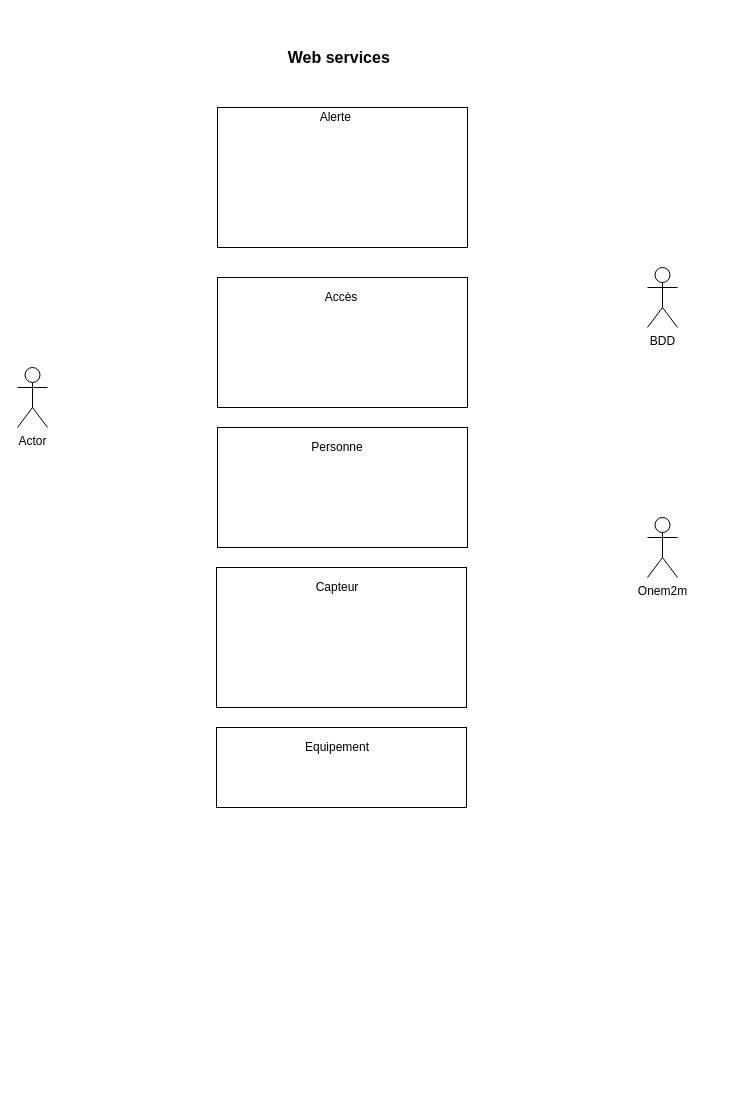
Above: Diagramme_Cas_Utilisation.drawio in LENSAlex/ProjetIotia (draw.io), before the change. Source tidied: cells renumbered, new cells numbered last; positions are measured from the earlier drawing's top-left corner, leaving out a move shared by most shapes. Both pictures are drawn from the tidied source at 100%, with x=0, y=0 at pixel (17, 47).
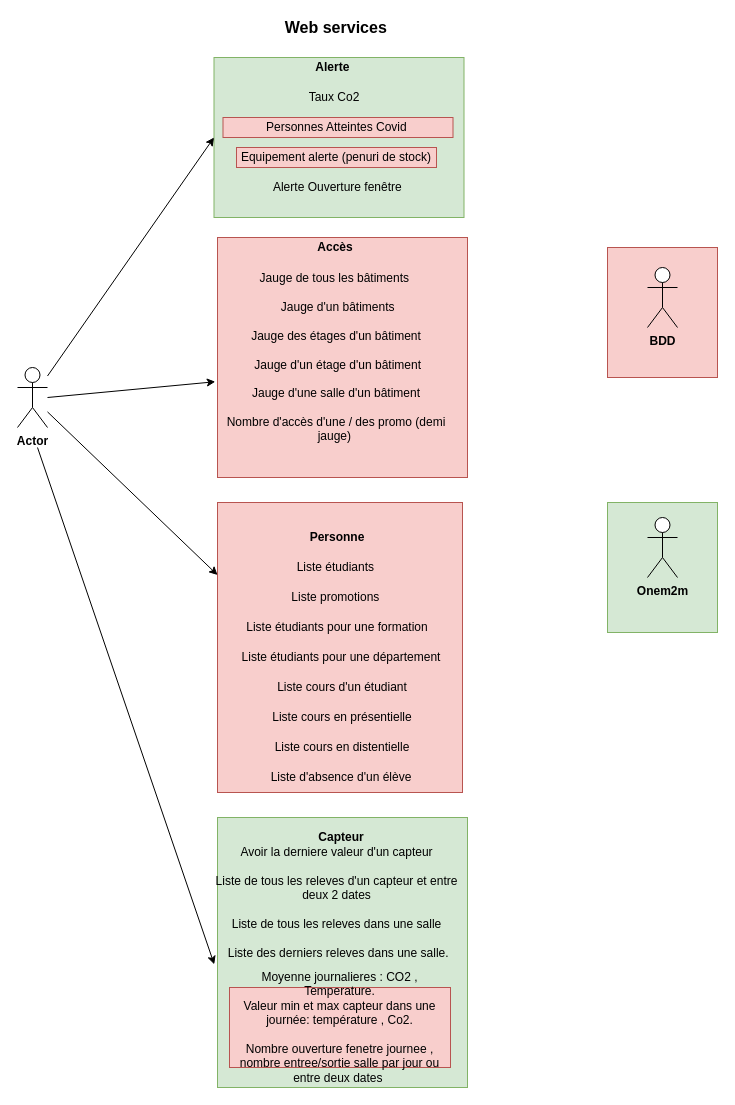
The same page after the edit.

Change to the diagram source:
```diff
@@
+    <mxCell id="16" style="rounded=0;whiteSpace=wrap;html=1;fillColor=#d5e8d4;strokeColor=#82b366;" parent="1" vertex="1">
+      <mxGeometry x="590" y="455" width="110" height="130" as="geometry" />
+    </mxCell>
+    <mxCell id="17" style="rounded=0;whiteSpace=wrap;html=1;fillColor=#f8cecc;strokeColor=#b85450;" parent="1" vertex="1">
+      <mxGeometry x="590" y="200" width="110" height="130" as="geometry" />
+    </mxCell>
-    <mxCell id="2" value="Actor" style="shape=umlActor;verticalLabelPosition=bottom;verticalAlign=top;html=1;outlineConnect=0;" parent="1" vertex="1">
+    <mxCell id="2" value="&lt;b&gt;Actor&lt;/b&gt;" style="shape=umlActor;verticalLabelPosition=bottom;verticalAlign=top;html=1;outlineConnect=0;" parent="1" vertex="1">
       <mxGeometry y="320" width="30" height="60" as="geometry" />
     </mxCell>
-    <mxCell id="3" style="rounded=0;whiteSpace=wrap;html=1;" parent="1" vertex="1">
-      <mxGeometry x="200" y="60" width="250" height="140" as="geometry" />
+    <mxCell id="3" style="rounded=0;whiteSpace=wrap;html=1;fillColor=#d5e8d4;strokeColor=#82b366;" parent="1" vertex="1">
+      <mxGeometry x="196.5" y="10" width="250" height="160" as="geometry" />
     </mxCell>
-    <mxCell id="4" value="Alerte&amp;nbsp;" style="text;html=1;strokeColor=none;fillColor=none;align=center;verticalAlign=middle;whiteSpace=wrap;rounded=0;" parent="1" vertex="1">
-      <mxGeometry x="300" y="60" width="40" height="20" as="geometry" />
+    <mxCell id="4" value="&lt;b&gt;Alerte&amp;nbsp;&lt;/b&gt;" style="text;html=1;strokeColor=none;fillColor=none;align=center;verticalAlign=middle;whiteSpace=wrap;rounded=0;" parent="1" vertex="1">
+      <mxGeometry x="296.5" y="10" width="40" height="20" as="geometry" />
     </mxCell>
-    <mxCell id="5" style="rounded=0;whiteSpace=wrap;html=1;" parent="1" vertex="1">
-      <mxGeometry x="200" y="230" width="250" height="130" as="geometry" />
+    <mxCell id="5" style="rounded=0;whiteSpace=wrap;html=1;fillColor=#f8cecc;strokeColor=#b85450;" parent="1" vertex="1">
+      <mxGeometry x="200" y="190" width="250" height="240" as="geometry" />
     </mxCell>
-    <mxCell id="6" value="Accès" style="text;html=1;strokeColor=none;fillColor=none;align=center;verticalAlign=middle;whiteSpace=wrap;rounded=0;" parent="1" vertex="1">
-      <mxGeometry x="304" y="240" width="40" height="20" as="geometry" />
+    <mxCell id="6" value="&lt;b&gt;Accès&lt;/b&gt;" style="text;html=1;strokeColor=none;fillColor=none;align=center;verticalAlign=middle;whiteSpace=wrap;rounded=0;" parent="1" vertex="1">
+      <mxGeometry x="297.5" y="190" width="40" height="20" as="geometry" />
     </mxCell>
-    <mxCell id="7" style="rounded=0;whiteSpace=wrap;html=1;" parent="1" vertex="1">
-      <mxGeometry x="200" y="380" width="250" height="120" as="geometry" />
+    <mxCell id="7" style="rounded=0;whiteSpace=wrap;html=1;fillColor=#f8cecc;strokeColor=#b85450;" parent="1" vertex="1">
+      <mxGeometry x="200" y="455" width="245" height="290" as="geometry" />
     </mxCell>
-    <mxCell id="8" value="Personne" style="text;html=1;strokeColor=none;fillColor=none;align=center;verticalAlign=middle;whiteSpace=wrap;rounded=0;" parent="1" vertex="1">
-      <mxGeometry x="300" y="390" width="40" height="20" as="geometry" />
+    <mxCell id="8" value="&lt;b&gt;Personne&lt;/b&gt;" style="text;html=1;strokeColor=none;fillColor=none;align=center;verticalAlign=middle;whiteSpace=wrap;rounded=0;" parent="1" vertex="1">
+      <mxGeometry x="300" y="480" width="40" height="20" as="geometry" />
     </mxCell>
     <mxCell id="9" value="&lt;font style=&quot;font-size: 16px&quot;&gt;&lt;b&gt;Web services&amp;nbsp;&lt;/b&gt;&lt;/font&gt;" style="text;html=1;strokeColor=none;fillColor=none;align=center;verticalAlign=middle;whiteSpace=wrap;rounded=0;" parent="1" vertex="1">
-      <mxGeometry x="259" width="130" height="20" as="geometry" />
+      <mxGeometry x="255.5" y="-30" width="130" height="20" as="geometry" />
     </mxCell>
-    <mxCell id="10" value="BDD" style="shape=umlActor;verticalLabelPosition=bottom;verticalAlign=top;html=1;" parent="1" vertex="1">
+    <mxCell id="10" value="&lt;b&gt;BDD&lt;/b&gt;" style="shape=umlActor;verticalLabelPosition=bottom;verticalAlign=top;html=1;" parent="1" vertex="1">
       <mxGeometry x="630" y="220" width="30" height="60" as="geometry" />
     </mxCell>
-    <mxCell id="11" value="Onem2m&lt;br&gt;" style="shape=umlActor;verticalLabelPosition=bottom;verticalAlign=top;html=1;" parent="1" vertex="1">
+    <mxCell id="11" value="&lt;b&gt;Onem2m&lt;/b&gt;" style="shape=umlActor;verticalLabelPosition=bottom;verticalAlign=top;html=1;" parent="1" vertex="1">
       <mxGeometry x="630" y="470" width="30" height="60" as="geometry" />
     </mxCell>
-    <mxCell id="12" style="rounded=0;whiteSpace=wrap;html=1;" parent="1" vertex="1">
-      <mxGeometry x="199" y="520" width="250" height="140" as="geometry" />
+    <mxCell id="12" style="rounded=0;whiteSpace=wrap;html=1;fillColor=#d5e8d4;strokeColor=#82b366;" parent="1" vertex="1">
+      <mxGeometry x="200" y="770" width="250" height="270" as="geometry" />
     </mxCell>
-    <mxCell id="13" value="Capteur&lt;br&gt;" style="text;html=1;strokeColor=none;fillColor=none;align=center;verticalAlign=middle;whiteSpace=wrap;rounded=0;" parent="1" vertex="1">
-      <mxGeometry x="300" y="530" width="40" height="20" as="geometry" />
+    <mxCell id="13" value="&lt;b&gt;Capteur&lt;/b&gt;" style="text;html=1;strokeColor=none;fillColor=none;align=center;verticalAlign=middle;whiteSpace=wrap;rounded=0;" parent="1" vertex="1">
+      <mxGeometry x="304" y="780" width="40" height="20" as="geometry" />
     </mxCell>
-    <mxCell id="14" style="rounded=0;whiteSpace=wrap;html=1;" parent="1" vertex="1">
-      <mxGeometry x="199" y="680" width="250" height="80" as="geometry" />
-    </mxCell>
-    <mxCell id="15" value="Equipement" style="text;html=1;strokeColor=none;fillColor=none;align=center;verticalAlign=middle;whiteSpace=wrap;rounded=0;" parent="1" vertex="1">
-      <mxGeometry x="300" y="690" width="40" height="20" as="geometry" />
-    </mxCell>
+    <mxCell id="18" value="Personnes Atteintes Covid&amp;nbsp;" style="text;html=1;strokeColor=#b85450;fillColor=#f8cecc;align=center;verticalAlign=middle;whiteSpace=wrap;rounded=0;" parent="1" vertex="1">
+      <mxGeometry x="205.5" y="70" width="230" height="20" as="geometry" />
+    </mxCell>
+    <mxCell id="19" value="Avoir la derniere valeur d'un capteur&lt;br&gt;&lt;br&gt;Liste de tous les releves d'un capteur et entre deux 2 dates &lt;br&gt;&lt;br&gt;Liste de tous les releves dans une salle&lt;br&gt;&lt;br&gt;&amp;nbsp;Liste des derniers releves dans une salle.&lt;br&gt;" style="text;html=1;strokeColor=none;fillColor=none;align=center;verticalAlign=middle;whiteSpace=wrap;rounded=0;" parent="1" vertex="1">
+      <mxGeometry x="196.5" y="830" width="245" height="50" as="geometry" />
+    </mxCell>
+    <mxCell id="20" value="Taux Co2" style="text;html=1;strokeColor=none;fillColor=none;align=center;verticalAlign=middle;whiteSpace=wrap;rounded=0;" parent="1" vertex="1">
+      <mxGeometry x="201.5" y="40" width="230" height="20" as="geometry" />
+    </mxCell>
+    <mxCell id="21" value="Moyenne journalieres : CO2 , Temperature.&lt;br&gt;Valeur min et max capteur dans une journée: température , Co2.&lt;br&gt;&lt;br&gt;Nombre ouverture fenetre journee , nombre entree/sortie salle par jour ou entre deux dates&amp;nbsp;" style="text;html=1;strokeColor=#b85450;fillColor=#f8cecc;align=center;verticalAlign=middle;whiteSpace=wrap;rounded=0;" parent="1" vertex="1">
+      <mxGeometry x="212" y="940" width="221" height="80" as="geometry" />
+    </mxCell>
+    <mxCell id="22" value="Alerte Ouverture fenêtre&amp;nbsp;" style="text;html=1;strokeColor=none;fillColor=none;align=center;verticalAlign=middle;whiteSpace=wrap;rounded=0;" parent="1" vertex="1">
+      <mxGeometry x="206.5" y="130" width="230" height="20" as="geometry" />
+    </mxCell>
+    <mxCell id="23" value="Jauge de tous les bâtiments&amp;nbsp;&lt;br&gt;&lt;br&gt;&amp;nbsp;Jauge d'un bâtiments &lt;br&gt;&lt;br&gt;Jauge des étages d'un bâtiment&lt;br&gt;&lt;br&gt;&amp;nbsp;Jauge d'un étage d'un bâtiment&lt;br&gt;&lt;br&gt;Jauge d'une salle d'un bâtiment&lt;br&gt;&lt;br&gt;Nombre d'accès d'une / des promo (demi jauge)&amp;nbsp;" style="text;html=1;strokeColor=none;fillColor=none;align=center;verticalAlign=middle;whiteSpace=wrap;rounded=0;" parent="1" vertex="1">
+      <mxGeometry x="204" y="280" width="230" height="60" as="geometry" />
+    </mxCell>
+    <mxCell id="24" value="Liste étudiants&amp;nbsp;" style="text;html=1;strokeColor=none;fillColor=none;align=center;verticalAlign=middle;whiteSpace=wrap;rounded=0;" parent="1" vertex="1">
+      <mxGeometry x="205" y="510" width="230" height="20" as="geometry" />
+    </mxCell>
+    <mxCell id="25" value="Liste promotions&amp;nbsp;" style="text;html=1;strokeColor=none;fillColor=none;align=center;verticalAlign=middle;whiteSpace=wrap;rounded=0;" parent="1" vertex="1">
+      <mxGeometry x="205" y="540" width="230" height="20" as="geometry" />
+    </mxCell>
+    <mxCell id="26" value="Liste étudiants pour une formation" style="text;html=1;strokeColor=none;fillColor=none;align=center;verticalAlign=middle;whiteSpace=wrap;rounded=0;" parent="1" vertex="1">
+      <mxGeometry x="205" y="570" width="230" height="20" as="geometry" />
+    </mxCell>
+    <mxCell id="27" value="Liste étudiants pour une département" style="text;html=1;strokeColor=none;fillColor=none;align=center;verticalAlign=middle;whiteSpace=wrap;rounded=0;" parent="1" vertex="1">
+      <mxGeometry x="209" y="600" width="230" height="20" as="geometry" />
+    </mxCell>
+    <mxCell id="28" value="Liste cours d'un étudiant" style="text;html=1;strokeColor=none;fillColor=none;align=center;verticalAlign=middle;whiteSpace=wrap;rounded=0;" parent="1" vertex="1">
+      <mxGeometry x="210" y="630" width="230" height="20" as="geometry" />
+    </mxCell>
+    <mxCell id="29" value="Liste cours en présentielle" style="text;html=1;strokeColor=none;fillColor=none;align=center;verticalAlign=middle;whiteSpace=wrap;rounded=0;" parent="1" vertex="1">
+      <mxGeometry x="210" y="660" width="230" height="20" as="geometry" />
+    </mxCell>
+    <mxCell id="30" value="Liste cours en distentielle" style="text;html=1;strokeColor=none;fillColor=none;align=center;verticalAlign=middle;whiteSpace=wrap;rounded=0;" parent="1" vertex="1">
+      <mxGeometry x="210" y="690" width="230" height="20" as="geometry" />
+    </mxCell>
+    <mxCell id="31" value="Liste d'absence d'un élève" style="text;html=1;strokeColor=none;fillColor=none;align=center;verticalAlign=middle;whiteSpace=wrap;rounded=0;" parent="1" vertex="1">
+      <mxGeometry x="209" y="720" width="230" height="20" as="geometry" />
+    </mxCell>
+    <mxCell id="32" value="&lt;span&gt;Equipement alerte (penuri de stock)&lt;/span&gt;" style="text;html=1;strokeColor=#b85450;fillColor=#f8cecc;align=center;verticalAlign=middle;whiteSpace=wrap;rounded=0;" parent="1" vertex="1">
+      <mxGeometry x="219" y="100" width="200" height="20" as="geometry" />
+    </mxCell>
+    <mxCell id="33" style="endArrow=classic;html=1;entryX=0;entryY=0.5;entryDx=0;entryDy=0;" parent="1" edge="1" source="2" target="3">
+      <mxGeometry relative="1" as="geometry" />
+    </mxCell>
+    <mxCell id="34" style="endArrow=classic;html=1;entryX=-0.009;entryY=0.601;entryDx=0;entryDy=0;entryPerimeter=0;" parent="1" edge="1" target="5">
+      <mxGeometry relative="1" as="geometry">
+        <mxPoint x="30" y="350" as="sourcePoint" />
+      </mxGeometry>
+    </mxCell>
+    <mxCell id="35" style="endArrow=classic;html=1;entryX=0;entryY=0.25;entryDx=0;entryDy=0;" parent="1" edge="1" source="2" target="7">
+      <mxGeometry relative="1" as="geometry" />
+    </mxCell>
+    <mxCell id="36" style="endArrow=classic;html=1;entryX=-0.013;entryY=0.544;entryDx=0;entryDy=0;entryPerimeter=0;" parent="1" edge="1" target="12">
+      <mxGeometry relative="1" as="geometry">
+        <mxPoint x="20" y="400" as="sourcePoint" />
+      </mxGeometry>
+    </mxCell>
```
